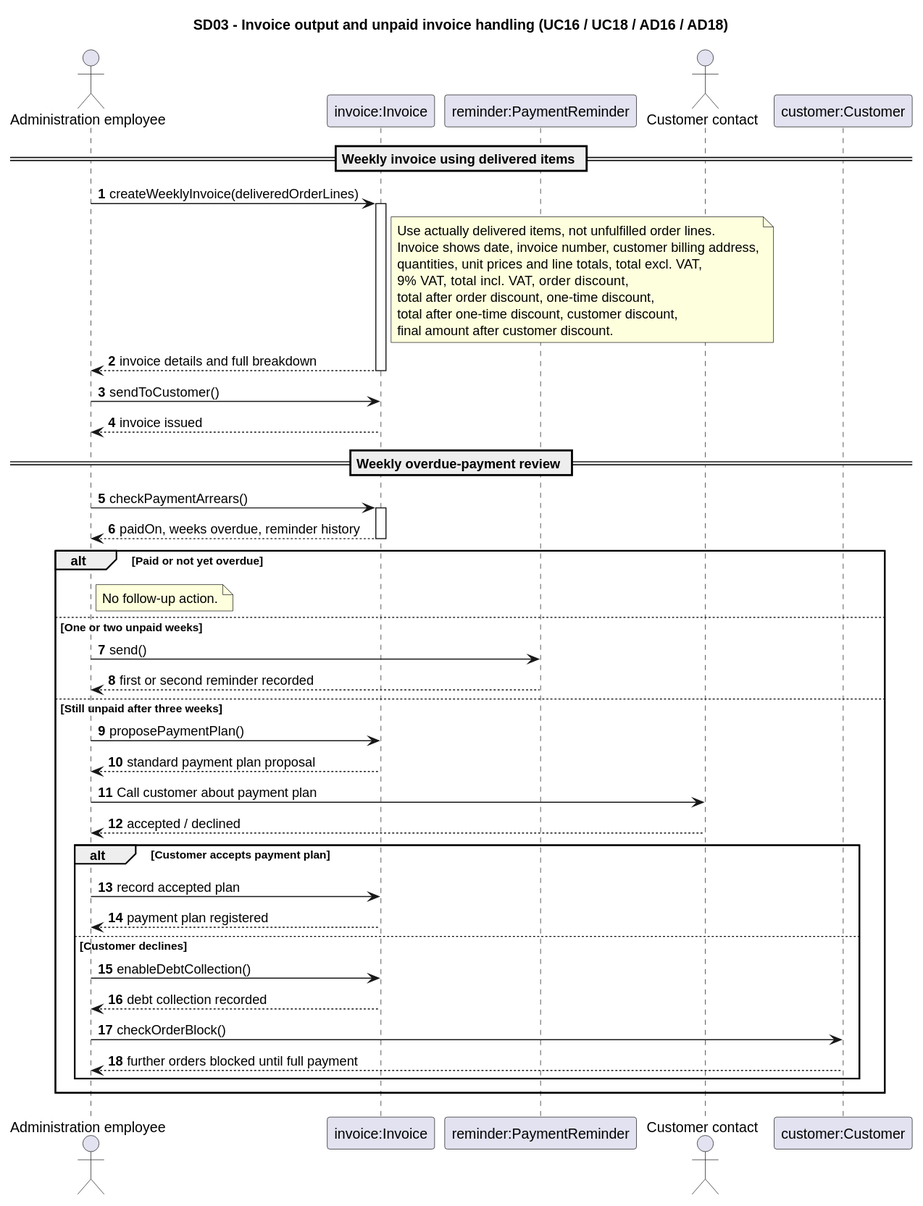
Before: Documentation/Architecture/uml/export/sequence_diagrams/SD03_KlantHeeftNietBetaald.svg, a diagram exported from PlantUML (ViktorQorri/Project-Timaflu).
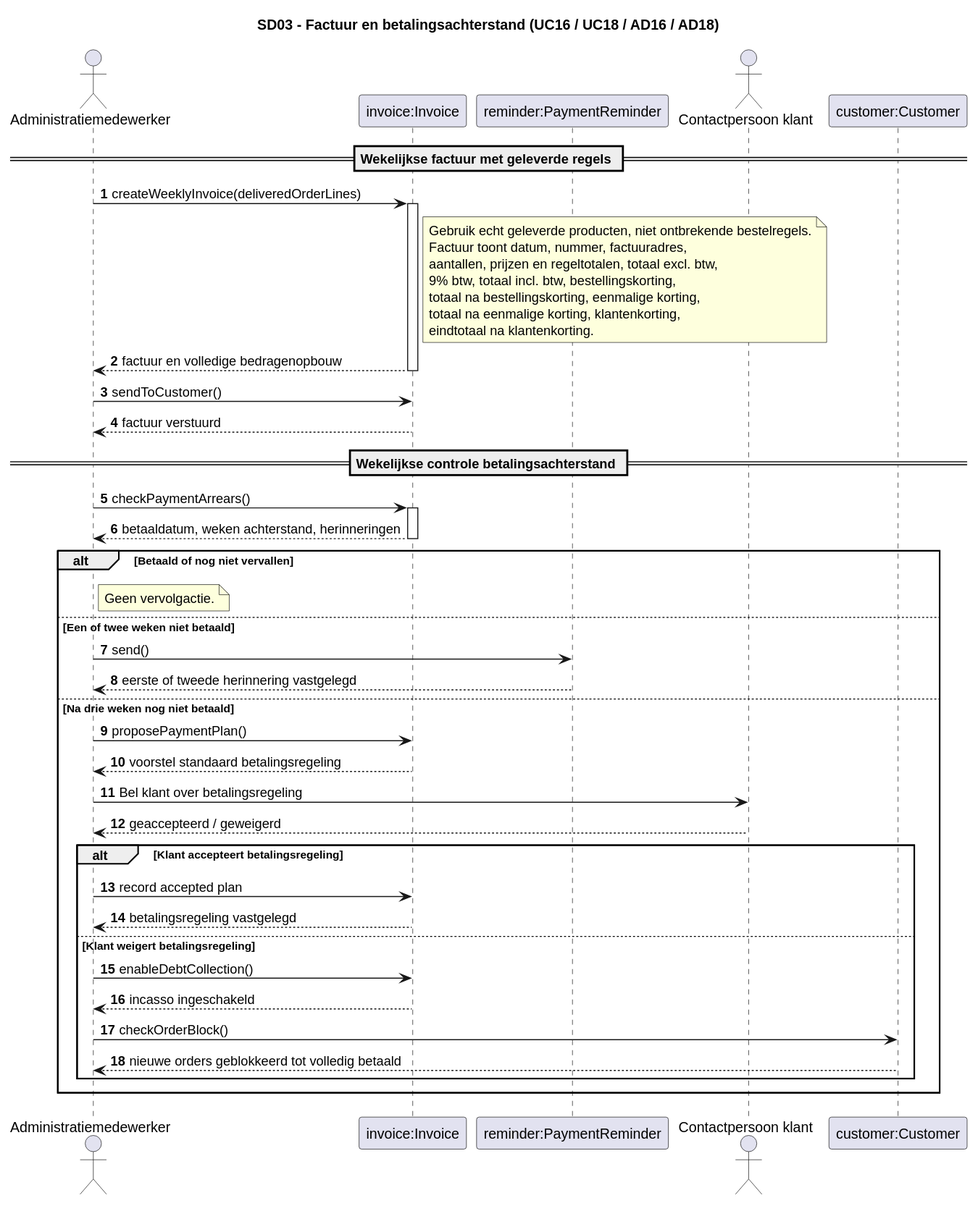
After the change.

What changed in the source:
```diff
@@ -1,53 +1,53 @@
 @startuml
-title SD03 - Invoice output and unpaid invoice handling (UC16 / UC18 / AD16 / AD18)
+title SD03 - Factuur en betalingsachterstand (UC16 / UC18 / AD16 / AD18)
 autonumber
 
-actor "Administration employee" as Admin
+actor "Administratiemedewerker" as Admin
 participant "invoice:Invoice" as Invoice
 participant "reminder:PaymentReminder" as Reminder
-actor "Customer contact" as Contact
+actor "Contactpersoon klant" as Contact
 participant "customer:Customer" as Customer
 
-== Weekly invoice using delivered items ==
+== Wekelijkse factuur met geleverde regels ==
 Admin -> Invoice: createWeeklyInvoice(deliveredOrderLines)
 activate Invoice
 note right of Invoice
-  Use actually delivered items, not unfulfilled order lines.
-  Invoice shows date, invoice number, customer billing address,
-  quantities, unit prices and line totals, total excl. VAT,
-  9% VAT, total incl. VAT, order discount,
-  total after order discount, one-time discount,
-  total after one-time discount, customer discount,
-  final amount after customer discount.
+  Gebruik echt geleverde producten, niet ontbrekende bestelregels.
+  Factuur toont datum, nummer, factuuradres,
+  aantallen, prijzen en regeltotalen, totaal excl. btw,
+  9% btw, totaal incl. btw, bestellingskorting,
+  totaal na bestellingskorting, eenmalige korting,
+  totaal na eenmalige korting, klantenkorting,
+  eindtotaal na klantenkorting.
 end note
-Invoice --> Admin: invoice details and full breakdown
+Invoice --> Admin: factuur en volledige bedragenopbouw
 deactivate Invoice
 Admin -> Invoice: sendToCustomer()
-Invoice --> Admin: invoice issued
+Invoice --> Admin: factuur verstuurd
 
-== Weekly overdue-payment review ==
+== Wekelijkse controle betalingsachterstand ==
 Admin -> Invoice: checkPaymentArrears()
 activate Invoice
-Invoice --> Admin: paidOn, weeks overdue, reminder history
+Invoice --> Admin: betaaldatum, weken achterstand, herinneringen
 deactivate Invoice
-alt Paid or not yet overdue
-  note right of Admin: No follow-up action.
-else One or two unpaid weeks
+alt Betaald of nog niet vervallen
+  note right of Admin: Geen vervolgactie.
+else Een of twee weken niet betaald
   Admin -> Reminder: send()
-  Reminder --> Admin: first or second reminder recorded
-else Still unpaid after three weeks
+  Reminder --> Admin: eerste of tweede herinnering vastgelegd
+else Na drie weken nog niet betaald
   Admin -> Invoice: proposePaymentPlan()
-  Invoice --> Admin: standard payment plan proposal
-  Admin -> Contact: Call customer about payment plan
-  Contact --> Admin: accepted / declined
-  alt Customer accepts payment plan
+  Invoice --> Admin: voorstel standaard betalingsregeling
+  Admin -> Contact: Bel klant over betalingsregeling
+  Contact --> Admin: geaccepteerd / geweigerd
+  alt Klant accepteert betalingsregeling
     Admin -> Invoice: record accepted plan
-    Invoice --> Admin: payment plan registered
-  else Customer declines
+    Invoice --> Admin: betalingsregeling vastgelegd
+  else Klant weigert betalingsregeling
     Admin -> Invoice: enableDebtCollection()
-    Invoice --> Admin: debt collection recorded
+    Invoice --> Admin: incasso ingeschakeld
     Admin -> Customer: checkOrderBlock()
-    Customer --> Admin: further orders blocked until full payment
+    Customer --> Admin: nieuwe orders geblokkeerd tot volledig betaald
   end
 end
 @enduml
```
